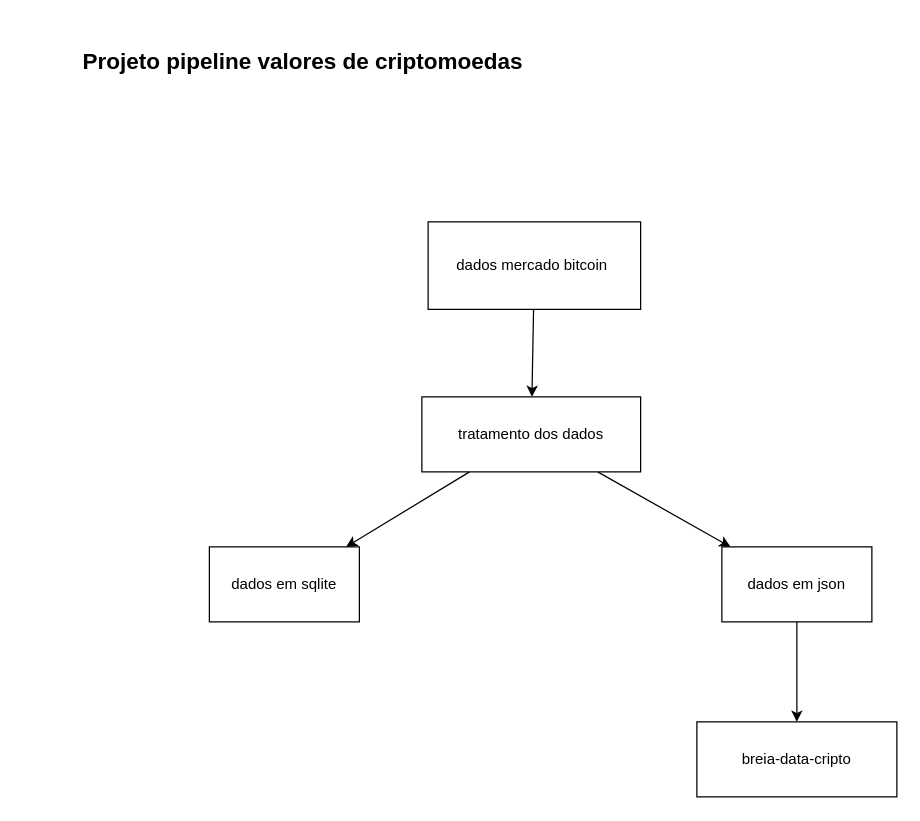
The draw.io diagram fluxogram.drawio in vbreia/pipeline-cripto-portfolio, before the edit. Source tidied: cells renumbered, new cells numbered last; positions are measured from the earlier drawing's top-left corner, leaving out a move shared by most shapes. Both pictures are drawn from the tidied source at 125%, with x=0, y=0 at pixel (21, 21).
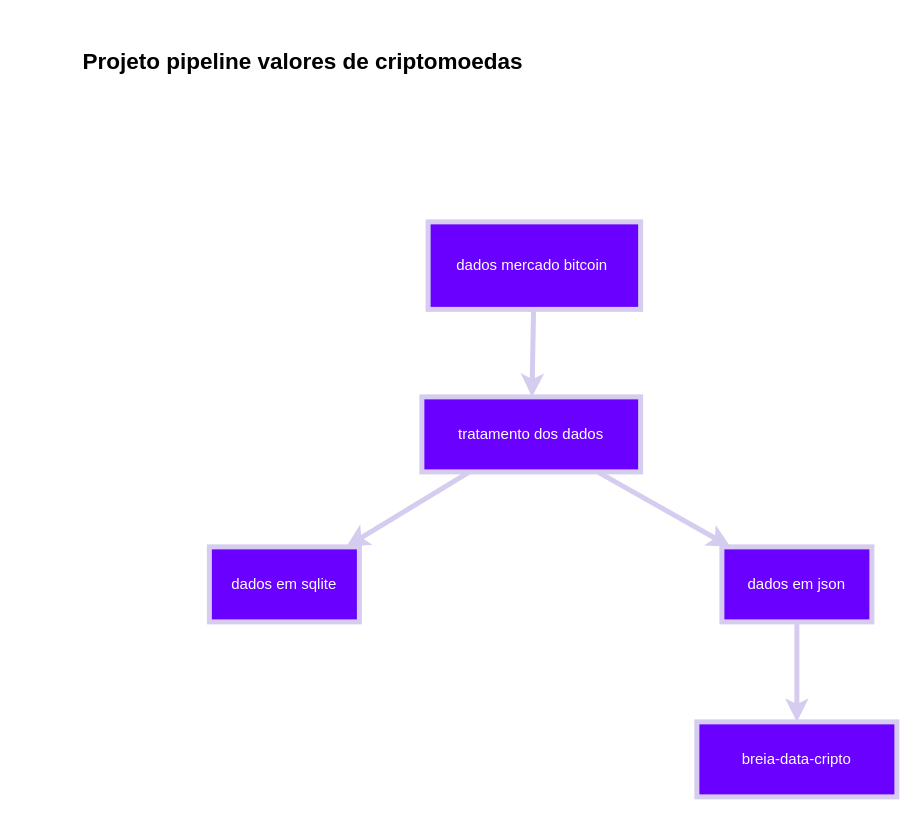
After the change.

Commit message (it also covers changes not shown here):
atualizando fluxograma

The edit, as a diff of the source:
```diff
@@
 <mxGraphModel>
   <root>
     <mxCell id="0" />
     <mxCell id="1" parent="0" />
-    <mxCell id="2" style="edgeStyle=none;html=1;" parent="1" edge="1" source="3" target="6">
+    <mxCell id="2" style="edgeStyle=none;html=1;strokeColor=#d5ccef;fillColor=#6a00ff;strokeWidth=4;shadow=0;" parent="1" edge="1" source="3" target="6">
       <mxGeometry relative="1" as="geometry" />
     </mxCell>
-    <mxCell id="3" value="dados mercado bitcoin&amp;nbsp;" style="whiteSpace=wrap;html=1;" parent="1" vertex="1">
+    <mxCell id="3" value="dados mercado bitcoin&amp;nbsp;" style="whiteSpace=wrap;html=1;fillColor=#6a00ff;fontColor=#ffffff;strokeColor=#d5ccef;strokeWidth=4;shadow=0;" parent="1" vertex="1">
       <mxGeometry x="325" y="160" width="170" height="70" as="geometry" />
     </mxCell>
-    <mxCell id="4" style="edgeStyle=none;html=1;" parent="1" edge="1" source="6" target="8">
+    <mxCell id="4" style="edgeStyle=none;html=1;strokeColor=#d5ccef;fillColor=#6a00ff;strokeWidth=4;shadow=0;" parent="1" edge="1" source="6" target="8">
       <mxGeometry relative="1" as="geometry" />
     </mxCell>
-    <mxCell id="5" style="edgeStyle=none;html=1;" parent="1" edge="1" source="6" target="9">
+    <mxCell id="5" style="edgeStyle=none;html=1;strokeColor=#d5ccef;fillColor=#6a00ff;strokeWidth=4;shadow=0;" parent="1" edge="1" source="6" target="9">
       <mxGeometry relative="1" as="geometry" />
     </mxCell>
-    <mxCell id="6" value="tratamento dos dados" style="whiteSpace=wrap;html=1;" parent="1" vertex="1">
+    <mxCell id="6" value="tratamento dos dados" style="whiteSpace=wrap;html=1;strokeColor=#d5ccef;fillColor=#6a00ff;fontColor=#ffffff;strokeWidth=4;shadow=0;" parent="1" vertex="1">
       <mxGeometry x="320" y="300" width="175" height="60" as="geometry" />
     </mxCell>
-    <mxCell id="7" style="edgeStyle=none;html=1;fontSize=18;" parent="1" edge="1" source="8" target="11">
+    <mxCell id="7" style="edgeStyle=none;html=1;fontSize=18;strokeColor=#d5ccef;fillColor=#6a00ff;strokeWidth=4;shadow=0;" parent="1" edge="1" source="8" target="11">
       <mxGeometry relative="1" as="geometry" />
     </mxCell>
-    <mxCell id="8" value="dados em json" style="whiteSpace=wrap;html=1;" parent="1" vertex="1">
+    <mxCell id="8" value="dados em json" style="whiteSpace=wrap;html=1;strokeColor=#d5ccef;fillColor=#6a00ff;fontColor=#ffffff;strokeWidth=4;shadow=0;" parent="1" vertex="1">
       <mxGeometry x="560" y="420" width="120" height="60" as="geometry" />
     </mxCell>
-    <mxCell id="9" value="dados em sqlite" style="whiteSpace=wrap;html=1;" parent="1" vertex="1">
+    <mxCell id="9" value="dados em sqlite" style="whiteSpace=wrap;html=1;fillColor=#6a00ff;fontColor=#ffffff;strokeColor=#d5ccef;strokeWidth=4;shadow=0;" parent="1" vertex="1">
       <mxGeometry x="150" y="420" width="120" height="60" as="geometry" />
     </mxCell>
     <mxCell id="10" value="&lt;h1&gt;&lt;font style=&quot;font-size: 18px;&quot;&gt;Projeto pipeline valores de criptomoedas&lt;/font&gt;&lt;/h1&gt;" style="text;strokeColor=none;align=center;fillColor=none;html=1;verticalAlign=middle;whiteSpace=wrap;rounded=0;" parent="1" vertex="1">
       <mxGeometry width="450" height="60" as="geometry" />
     </mxCell>
-    <mxCell id="11" value="breia-data-cripto" style="whiteSpace=wrap;html=1;" parent="1" vertex="1">
+    <mxCell id="11" value="breia-data-cripto" style="whiteSpace=wrap;html=1;strokeColor=#d5ccef;fillColor=#6a00ff;fontColor=#ffffff;strokeWidth=4;shadow=0;" parent="1" vertex="1">
       <mxGeometry x="540" y="560" width="160" height="60" as="geometry" />
     </mxCell>
   </root>
 </mxGraphModel>
```
